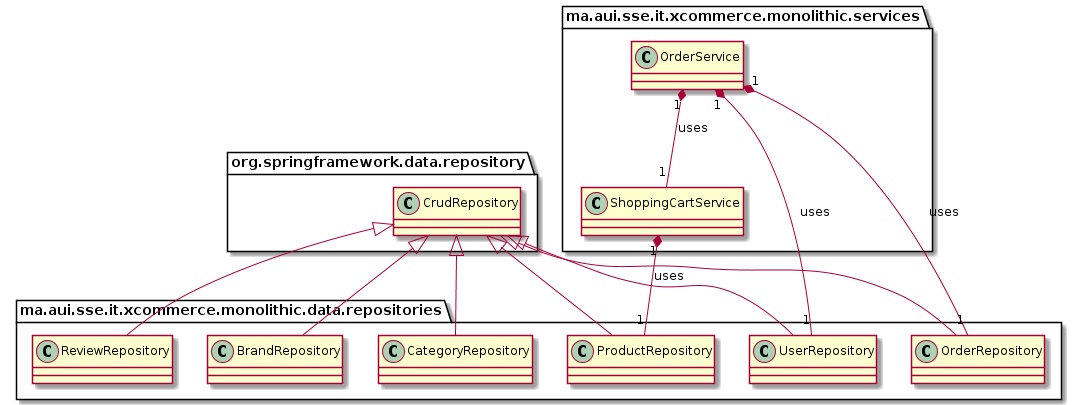
The PlantUML diagram final/design/class-diagrams/RepositoriesServicesClassDiagram.png in oiraqi/xcommerce-monolithic, before a commit.
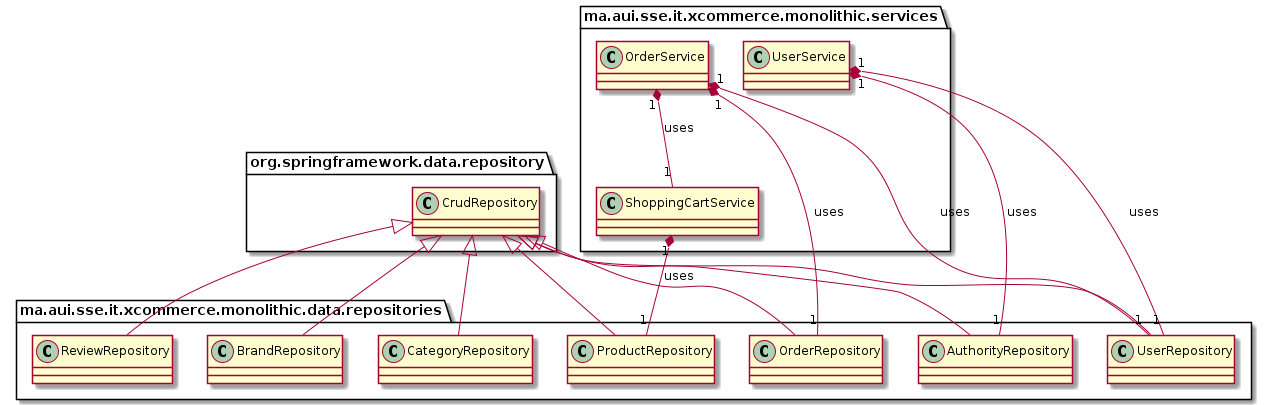
The same diagram one commit later.

Change to the diagram source:
```diff
@@ -3,10 +3,13 @@
 org.springframework.data.repository.CrudRepository <|-- ma.aui.sse.it.xcommerce.monolithic.data.repositories.BrandRepository
 org.springframework.data.repository.CrudRepository <|-- ma.aui.sse.it.xcommerce.monolithic.data.repositories.CategoryRepository
 org.springframework.data.repository.CrudRepository <|-- ma.aui.sse.it.xcommerce.monolithic.data.repositories.UserRepository
+org.springframework.data.repository.CrudRepository <|-- ma.aui.sse.it.xcommerce.monolithic.data.repositories.AuthorityRepository
 org.springframework.data.repository.CrudRepository <|-- ma.aui.sse.it.xcommerce.monolithic.data.repositories.OrderRepository
 org.springframework.data.repository.CrudRepository <|-- ma.aui.sse.it.xcommerce.monolithic.data.repositories.ReviewRepository
 ma.aui.sse.it.xcommerce.monolithic.services.ShoppingCartService "1" *-- "1" ma.aui.sse.it.xcommerce.monolithic.data.repositories.ProductRepository : uses
 ma.aui.sse.it.xcommerce.monolithic.services.OrderService "1" *-- "1" ma.aui.sse.it.xcommerce.monolithic.services.ShoppingCartService : uses
 ma.aui.sse.it.xcommerce.monolithic.services.OrderService "1" *-- "1" ma.aui.sse.it.xcommerce.monolithic.data.repositories.UserRepository : uses
 ma.aui.sse.it.xcommerce.monolithic.services.OrderService "1" *-- "1" ma.aui.sse.it.xcommerce.monolithic.data.repositories.OrderRepository : uses
+ma.aui.sse.it.xcommerce.monolithic.services.UserService "1" *-- "1" ma.aui.sse.it.xcommerce.monolithic.data.repositories.UserRepository : uses
+ma.aui.sse.it.xcommerce.monolithic.services.UserService "1" *-- "1" ma.aui.sse.it.xcommerce.monolithic.data.repositories.AuthorityRepository : uses
 @enduml
```
